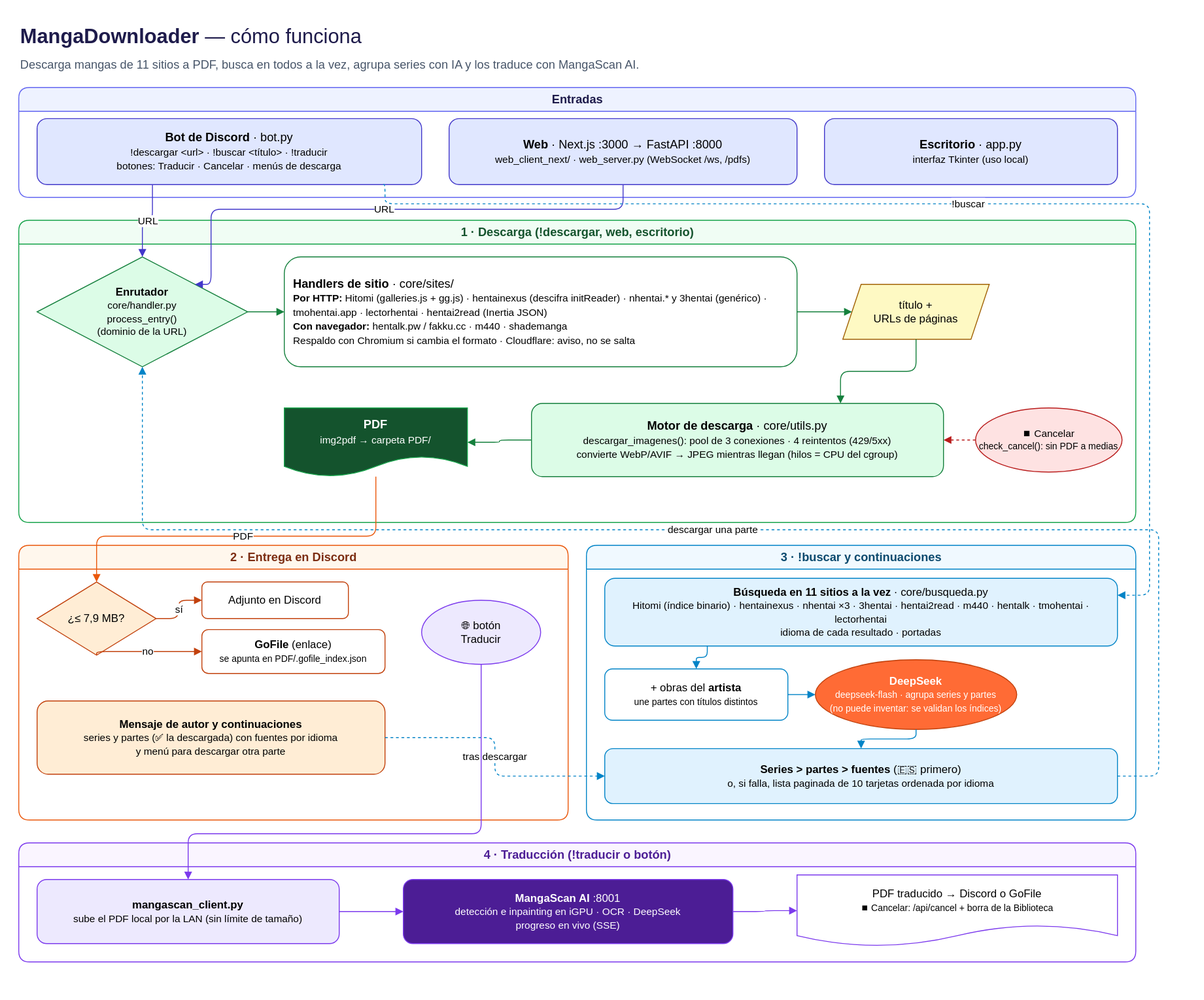
Before: docs/flujo_app.drawio.svg, a diagram exported from draw.io (Holkeano526/MangaDownloader). Source tidied: cells renumbered, new cells last; positions are measured from the earlier drawing's top-left corner, leaving out a move shared by most shapes.
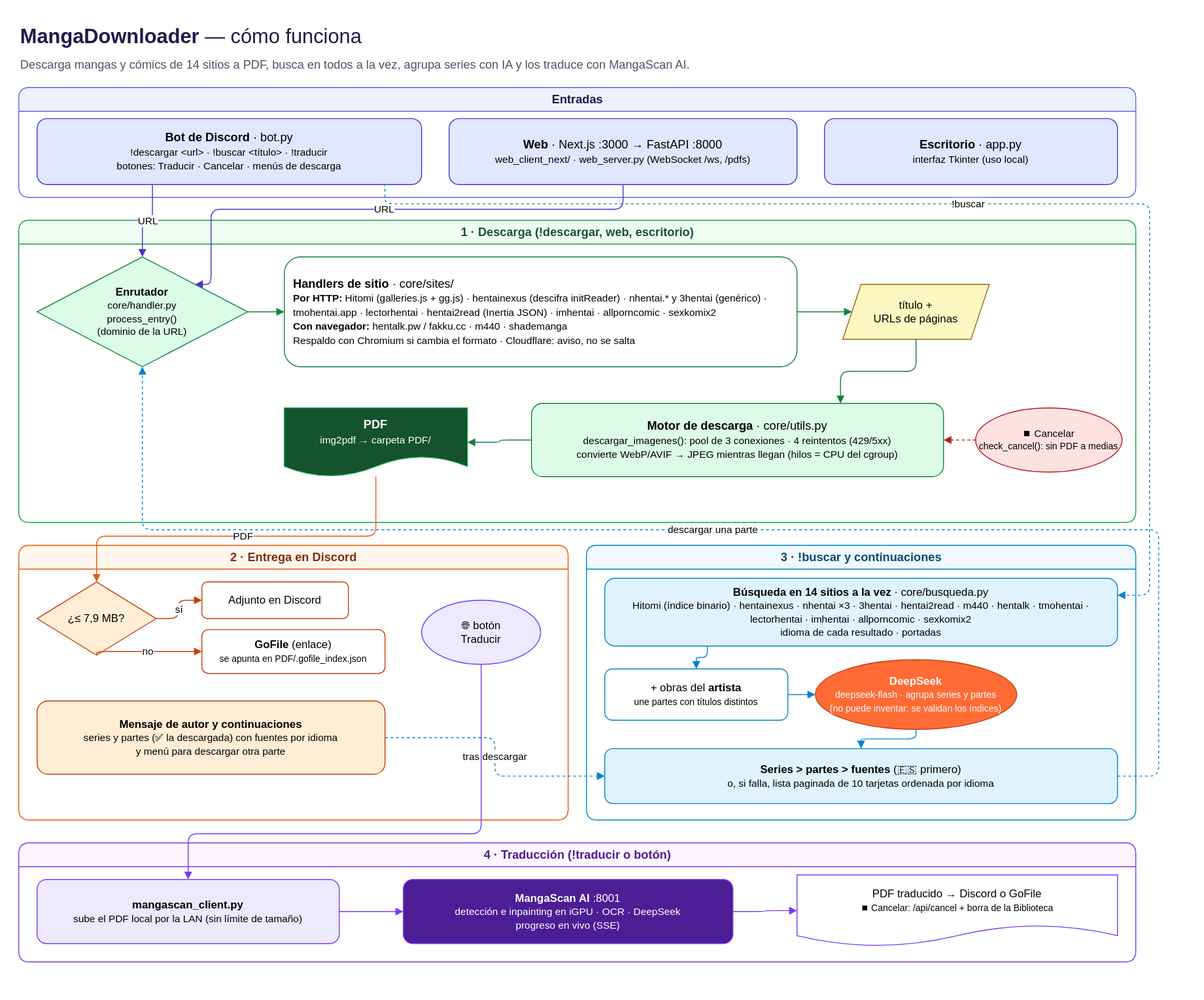
The same diagram one commit later.

Commit message:
Soporte para imhentai.xxx, allporncomic.com y sexkomix2.com (descarga y búsqueda)

The edit, as a diff of the source:
```diff
@@ -5,7 +5,7 @@
     <mxCell id="2" value="&lt;b&gt;MangaDownloader&lt;/b&gt; — cómo funciona" style="text;html=1;fontSize=22;fontColor=#1e1b4b;align=left;verticalAlign=middle;" parent="1" vertex="1">
       <mxGeometry width="700" height="40" as="geometry" />
     </mxCell>
-    <mxCell id="3" value="Descarga mangas de 11 sitios a PDF, busca en todos a la vez, agrupa series con IA y los traduce con MangaScan AI." style="text;html=1;fontSize=13;fontColor=#475569;align=left;" parent="1" vertex="1">
+    <mxCell id="3" value="Descarga mangas y cómics de 14 sitios a PDF, busca en todos a la vez, agrupa series con IA y los traduce con MangaScan AI." style="text;html=1;fontSize=13;fontColor=#475569;align=left;" parent="1" vertex="1">
       <mxGeometry y="36" width="1000" height="24" as="geometry" />
     </mxCell>
     <mxCell id="4" value="Entradas" style="swimlane;startSize=26;html=1;fillColor=#eef2ff;strokeColor=#6366f1;fontColor=#1e1b4b;fontSize=13;rounded=1;" parent="1" vertex="1">
@@ -26,7 +26,7 @@
     <mxCell id="9" value="&lt;b&gt;Enrutador&lt;/b&gt;&lt;br&gt;&lt;font style=&quot;font-size:11px&quot;&gt;core/handler.py&lt;br&gt;process_entry()&lt;br&gt;(dominio de la URL)&lt;/font&gt;" style="rhombus;whiteSpace=wrap;html=1;fillColor=#dcfce7;strokeColor=#15803d;fontSize=12;" parent="8" vertex="1">
       <mxGeometry x="20" y="40" width="230" height="120" as="geometry" />
     </mxCell>
-    <mxCell id="10" value="&lt;b&gt;Handlers de sitio&lt;/b&gt; · core/sites/&lt;br&gt;&lt;font style=&quot;font-size:11px&quot;&gt;&lt;b&gt;Por HTTP:&lt;/b&gt; Hitomi (galleries.js + gg.js) · hentainexus (descifra initReader) · nhentai.* y 3hentai (genérico) · tmohentai.app · lectorhentai · hentai2read (Inertia JSON)&lt;br&gt;&lt;b&gt;Con navegador:&lt;/b&gt; hentalk.pw / fakku.cc · m440 · shademanga&lt;br&gt;Respaldo con Chromium si cambia el formato · Cloudflare: aviso, no se salta&lt;/font&gt;" style="rounded=1;whiteSpace=wrap;html=1;fillColor=#ffffff;strokeColor=#15803d;fontSize=13;align=left;spacingLeft=8;" parent="8" vertex="1">
+    <mxCell id="10" value="&lt;b&gt;Handlers de sitio&lt;/b&gt; · core/sites/&lt;br&gt;&lt;font style=&quot;font-size:11px&quot;&gt;&lt;b&gt;Por HTTP:&lt;/b&gt; Hitomi (galleries.js + gg.js) · hentainexus (descifra initReader) · nhentai.* y 3hentai (genérico) · tmohentai.app · lectorhentai · hentai2read (Inertia JSON) · imhentai · allporncomic · sexkomix2&lt;br&gt;&lt;b&gt;Con navegador:&lt;/b&gt; hentalk.pw / fakku.cc · m440 · shademanga&lt;br&gt;Respaldo con Chromium si cambia el formato · Cloudflare: aviso, no se salta&lt;/font&gt;" style="rounded=1;whiteSpace=wrap;html=1;fillColor=#ffffff;strokeColor=#15803d;fontSize=13;align=left;spacingLeft=8;" parent="8" vertex="1">
       <mxGeometry x="290" y="40" width="560" height="120" as="geometry" />
     </mxCell>
     <mxCell id="11" value="título +&lt;br&gt;URLs de páginas" style="shape=parallelogram;perimeter=parallelogramPerimeter;whiteSpace=wrap;html=1;fixedSize=1;fillColor=#fef9c3;strokeColor=#a16207;fontSize=12;" parent="8" vertex="1">
@@ -87,7 +87,7 @@
     <mxCell id="28" value="3 · !buscar y continuaciones" style="swimlane;startSize=26;html=1;fillColor=#f0f9ff;strokeColor=#0284c7;fontColor=#0c4a6e;fontSize=13;rounded=1;" parent="1" vertex="1">
       <mxGeometry x="620" y="575" width="600" height="300" as="geometry" />
     </mxCell>
-    <mxCell id="29" value="&lt;b&gt;Búsqueda en 11 sitios a la vez&lt;/b&gt; · core/busqueda.py&lt;br&gt;&lt;font style=&quot;font-size:11px&quot;&gt;Hitomi (índice binario) · hentainexus · nhentai ×3 · 3hentai · hentai2read · m440 · hentalk · tmohentai · lectorhentai&lt;br&gt;idioma de cada resultado · portadas&lt;/font&gt;" style="rounded=1;whiteSpace=wrap;html=1;fillColor=#e0f2fe;strokeColor=#0284c7;fontSize=12;" parent="28" vertex="1">
+    <mxCell id="29" value="&lt;b&gt;Búsqueda en 14 sitios a la vez&lt;/b&gt; · core/busqueda.py&lt;br&gt;&lt;font style=&quot;font-size:11px&quot;&gt;Hitomi (índice binario) · hentainexus · nhentai ×3 · 3hentai · hentai2read · m440 · hentalk · tmohentai · lectorhentai · imhentai · allporncomic · sexkomix2&lt;br&gt;idioma de cada resultado · portadas&lt;/font&gt;" style="rounded=1;whiteSpace=wrap;html=1;fillColor=#e0f2fe;strokeColor=#0284c7;fontSize=12;" parent="28" vertex="1">
       <mxGeometry x="20" y="36" width="560" height="74" as="geometry" />
     </mxCell>
     <mxCell id="30" value="+ obras del &lt;b&gt;artista&lt;/b&gt;&lt;br&gt;&lt;font style=&quot;font-size:10px&quot;&gt;une partes con títulos distintos&lt;/font&gt;" style="rounded=1;whiteSpace=wrap;html=1;fillColor=#ffffff;strokeColor=#0284c7;fontSize=12;" parent="28" vertex="1">
```
